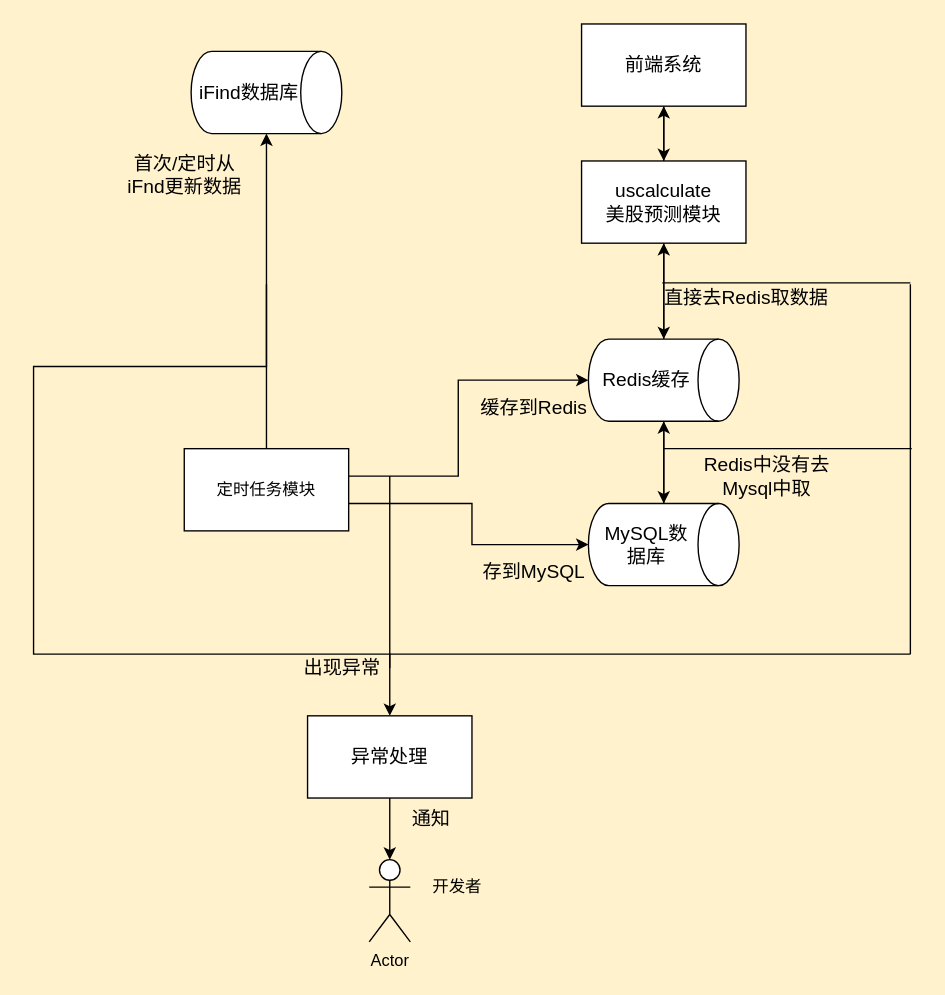
Before: 未命名绘图.drawio in hyt-up-996/git, a draw.io diagram. Source tidied: cells renumbered, new cells numbered last; positions are measured from the earlier drawing's top-left corner, leaving out a move shared by most shapes. Both pictures are drawn from the tidied source at 137%, with x=0, y=0 at pixel (33, 23).
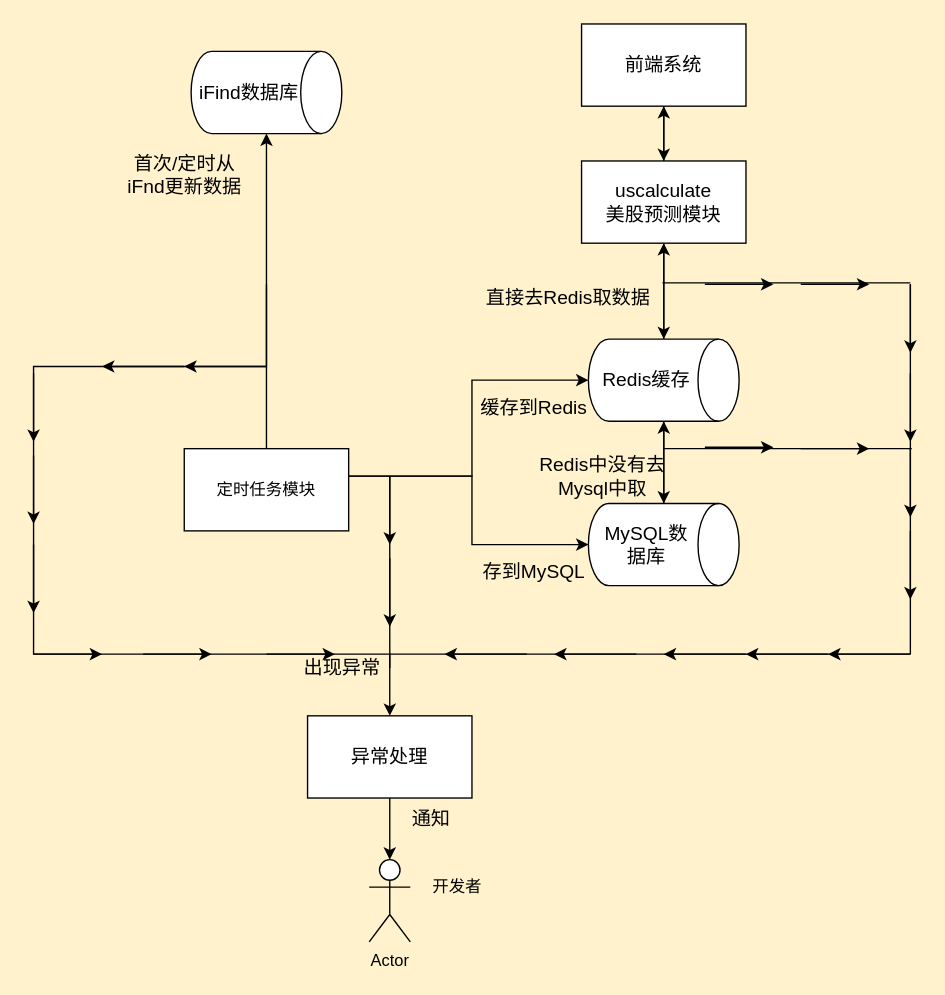
After the change.

Commit message:
详细预测流程图2.drawio

Unchanged cells that the change refers to:
```xml
<mxCell id="13" value="&lt;font style=&quot;font-size: 14px&quot;&gt;Redis缓存&lt;/font&gt;" style="shape=cylinder3;whiteSpace=wrap;html=1;boundedLbl=1;backgroundOutline=1;size=15;direction=south;" parent="1" vertex="1">
  <mxGeometry x="405" y="230" width="110" height="60" as="geometry" />
</mxCell>
<mxCell id="22" value="&lt;font style=&quot;font-size: 14px&quot;&gt;MySQL数据库&lt;/font&gt;" style="shape=cylinder3;whiteSpace=wrap;html=1;boundedLbl=1;backgroundOutline=1;size=15;direction=south;" parent="1" vertex="1">
  <mxGeometry x="405" y="350" width="110" height="60" as="geometry" />
</mxCell>
<mxCell id="25" value="定时任务模块" style="rounded=0;whiteSpace=wrap;html=1;" parent="1" vertex="1">
  <mxGeometry x="110" y="310" width="120" height="60" as="geometry" />
</mxCell>
```

The edit, as a diff of the source:
```diff
@@
     <mxCell id="14" value="&lt;font style=&quot;font-size: 14px&quot;&gt;直接去Redis取数据&lt;/font&gt;" style="text;html=1;align=center;verticalAlign=middle;points=[];strokeColor=none;" parent="1" vertex="1">
-      <mxGeometry x="450" y="190" width="140" height="20" as="geometry" />
+      <mxGeometry x="320" y="190" width="140" height="20" as="geometry" />
     </mxCell>
     <mxCell id="15" value="&lt;font style=&quot;font-size: 14px&quot;&gt;Redis中没有去&lt;br&gt;Mysql中取&lt;/font&gt;" style="text;html=1;align=center;verticalAlign=middle;strokeColor=none;" parent="1" vertex="1">
-      <mxGeometry x="480" y="310" width="110" height="40" as="geometry" />
+      <mxGeometry x="360" y="310" width="110" height="40" as="geometry" />
     </mxCell>
@@
     <mxCell id="23" style="edgeStyle=orthogonalEdgeStyle;rounded=0;jettySize=auto;html=1;entryX=0.5;entryY=1;entryDx=0;entryDy=0;entryPerimeter=0;" parent="1" edge="1" source="25" target="13">
       <mxGeometry relative="1" as="geometry">
         <Array as="points">
-          <mxPoint x="310" y="330" />
-          <mxPoint x="310" y="260" />
+          <mxPoint x="320" y="330" />
+          <mxPoint x="320" y="260" />
         </Array>
       </mxGeometry>
     </mxCell>
     <mxCell id="24" style="edgeStyle=orthogonalEdgeStyle;rounded=0;jettySize=auto;html=1;entryX=0.5;entryY=1;entryDx=0;entryDy=0;entryPerimeter=0;" parent="1" edge="1" source="25" target="22">
       <mxGeometry relative="1" as="geometry">
         <Array as="points">
-          <mxPoint x="320" y="350" />
+          <mxPoint x="320" y="330" />
           <mxPoint x="320" y="380" />
         </Array>
       </mxGeometry>
     </mxCell>
@@
-    <mxCell id="30" style="endArrow=none;html=1;entryX=0.064;entryY=-0.05;entryDx=0;entryDy=0;entryPerimeter=0;" parent="1" edge="1" target="14">
+    <mxCell id="30" style="endArrow=none;html=1;" parent="1" edge="1">
       <mxGeometry relative="1" as="geometry">
         <mxPoint x="640" y="189" as="sourcePoint" />
+        <mxPoint x="459" y="189" as="targetPoint" />
       </mxGeometry>
     </mxCell>
@@
+    <mxCell id="35" style="endArrow=classic;html=1;" parent="1" edge="1">
+      <mxGeometry relative="1" as="geometry">
+        <mxPoint x="170" y="250" as="sourcePoint" />
+        <mxPoint x="110" y="250" as="targetPoint" />
+      </mxGeometry>
+    </mxCell>
+    <mxCell id="36" style="endArrow=classic;html=1;" parent="1" edge="1">
+      <mxGeometry relative="1" as="geometry">
+        <mxPoint x="110" y="250" as="sourcePoint" />
+        <mxPoint x="50" y="250" as="targetPoint" />
+      </mxGeometry>
+    </mxCell>
+    <mxCell id="37" style="endArrow=classic;html=1;" parent="1" edge="1">
+      <mxGeometry relative="1" as="geometry">
+        <mxPoint x="490" y="190" as="sourcePoint" />
+        <mxPoint x="540" y="190" as="targetPoint" />
+      </mxGeometry>
+    </mxCell>
+    <mxCell id="38" style="endArrow=classic;html=1;" parent="1" edge="1">
+      <mxGeometry relative="1" as="geometry">
+        <mxPoint x="560" y="190" as="sourcePoint" />
+        <mxPoint x="610" y="190" as="targetPoint" />
+      </mxGeometry>
+    </mxCell>
+    <mxCell id="39" style="endArrow=classic;html=1;" parent="1" edge="1">
+      <mxGeometry relative="1" as="geometry">
+        <mxPoint x="640" y="190" as="sourcePoint" />
+        <mxPoint x="640" y="240" as="targetPoint" />
+      </mxGeometry>
+    </mxCell>
+    <mxCell id="40" style="endArrow=classic;html=1;" parent="1" edge="1">
+      <mxGeometry relative="1" as="geometry">
+        <mxPoint x="490" y="309" as="sourcePoint" />
+        <mxPoint x="540" y="309" as="targetPoint" />
+      </mxGeometry>
+    </mxCell>
+    <mxCell id="41" style="endArrow=classic;html=1;" parent="1" edge="1">
+      <mxGeometry relative="1" as="geometry">
+        <mxPoint x="560" y="310" as="sourcePoint" />
+        <mxPoint x="610" y="310" as="targetPoint" />
+      </mxGeometry>
+    </mxCell>
+    <mxCell id="42" style="endArrow=classic;html=1;" parent="1" edge="1">
+      <mxGeometry relative="1" as="geometry">
+        <mxPoint x="640" y="255" as="sourcePoint" />
+        <mxPoint x="640" y="305" as="targetPoint" />
+      </mxGeometry>
+    </mxCell>
+    <mxCell id="43" style="endArrow=classic;html=1;" parent="1" edge="1">
+      <mxGeometry relative="1" as="geometry">
+        <mxPoint x="640" y="310" as="sourcePoint" />
+        <mxPoint x="640" y="360" as="targetPoint" />
+      </mxGeometry>
+    </mxCell>
+    <mxCell id="44" style="endArrow=classic;html=1;" parent="1" edge="1">
+      <mxGeometry relative="1" as="geometry">
+        <mxPoint x="640" y="370" as="sourcePoint" />
+        <mxPoint x="640" y="420" as="targetPoint" />
+      </mxGeometry>
+    </mxCell>
+    <mxCell id="45" style="endArrow=classic;html=1;" parent="1" edge="1">
+      <mxGeometry relative="1" as="geometry">
+        <mxPoint y="255" as="sourcePoint" />
+        <mxPoint y="305" as="targetPoint" />
+      </mxGeometry>
+    </mxCell>
+    <mxCell id="46" style="endArrow=classic;html=1;" parent="1" edge="1">
+      <mxGeometry relative="1" as="geometry">
+        <mxPoint y="315" as="sourcePoint" />
+        <mxPoint y="365" as="targetPoint" />
+      </mxGeometry>
+    </mxCell>
+    <mxCell id="47" style="endArrow=classic;html=1;" parent="1" edge="1">
+      <mxGeometry relative="1" as="geometry">
+        <mxPoint y="380" as="sourcePoint" />
+        <mxPoint y="430" as="targetPoint" />
+      </mxGeometry>
+    </mxCell>
+    <mxCell id="48" style="endArrow=classic;html=1;" parent="1" edge="1">
+      <mxGeometry relative="1" as="geometry">
+        <mxPoint y="460" as="sourcePoint" />
+        <mxPoint x="50" y="460" as="targetPoint" />
+      </mxGeometry>
+    </mxCell>
+    <mxCell id="49" style="endArrow=classic;html=1;" parent="1" edge="1">
+      <mxGeometry relative="1" as="geometry">
+        <mxPoint x="80" y="460" as="sourcePoint" />
+        <mxPoint x="130" y="460" as="targetPoint" />
+      </mxGeometry>
+    </mxCell>
+    <mxCell id="50" style="endArrow=classic;html=1;" parent="1" edge="1">
+      <mxGeometry relative="1" as="geometry">
+        <mxPoint x="170" y="460" as="sourcePoint" />
+        <mxPoint x="220" y="460" as="targetPoint" />
+      </mxGeometry>
+    </mxCell>
+    <mxCell id="51" style="endArrow=classic;html=1;" parent="1" edge="1">
+      <mxGeometry relative="1" as="geometry">
+        <mxPoint x="640" y="460" as="sourcePoint" />
+        <mxPoint x="580" y="460" as="targetPoint" />
+      </mxGeometry>
+    </mxCell>
+    <mxCell id="52" style="endArrow=classic;html=1;" parent="1" edge="1">
+      <mxGeometry relative="1" as="geometry">
+        <mxPoint x="580" y="460" as="sourcePoint" />
+        <mxPoint x="520" y="460" as="targetPoint" />
+      </mxGeometry>
+    </mxCell>
+    <mxCell id="53" style="endArrow=classic;html=1;" parent="1" edge="1">
+      <mxGeometry relative="1" as="geometry">
+        <mxPoint x="520" y="460" as="sourcePoint" />
+        <mxPoint x="460" y="460" as="targetPoint" />
+      </mxGeometry>
+    </mxCell>
+    <mxCell id="54" style="endArrow=classic;html=1;" parent="1" edge="1">
+      <mxGeometry relative="1" as="geometry">
+        <mxPoint x="440" y="460" as="sourcePoint" />
+        <mxPoint x="380" y="460" as="targetPoint" />
+      </mxGeometry>
+    </mxCell>
+    <mxCell id="55" style="endArrow=classic;html=1;" parent="1" edge="1">
+      <mxGeometry relative="1" as="geometry">
+        <mxPoint x="360" y="460" as="sourcePoint" />
+        <mxPoint x="300" y="460" as="targetPoint" />
+      </mxGeometry>
+    </mxCell>
+    <mxCell id="56" style="endArrow=classic;html=1;" parent="1" edge="1">
+      <mxGeometry relative="1" as="geometry">
+        <mxPoint x="260" y="330" as="sourcePoint" />
+        <mxPoint x="260" y="380" as="targetPoint" />
+      </mxGeometry>
+    </mxCell>
+    <mxCell id="57" style="endArrow=classic;html=1;" parent="1" edge="1">
+      <mxGeometry relative="1" as="geometry">
+        <mxPoint x="260" y="390" as="sourcePoint" />
+        <mxPoint x="260" y="440" as="targetPoint" />
+      </mxGeometry>
+    </mxCell>
```
